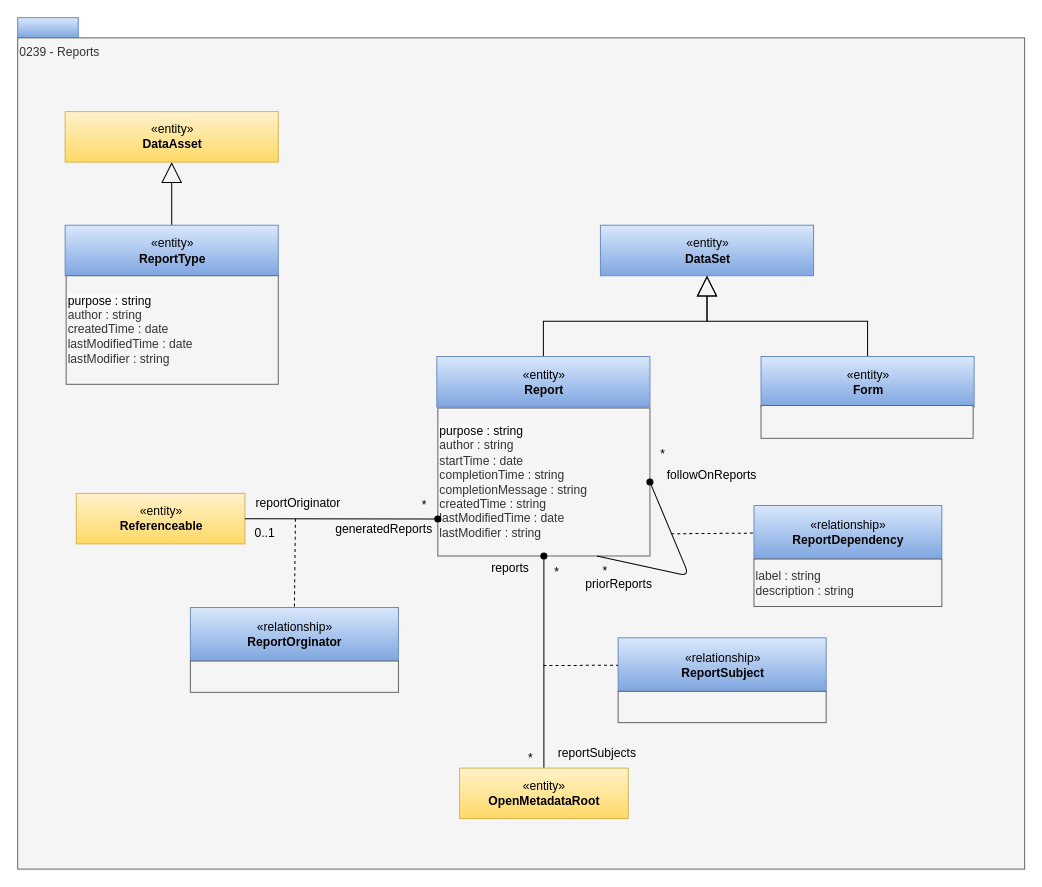
This is page "0239-Reports" (20 of 25) of site/docs/types/2/area-2-assets.drawio from odpi/egeria-docs, a draw.io file, before an edit. Source tidied: cells renumbered, new cells numbered last; positions are measured from the earlier drawing's top-left corner, leaving out a move shared by most shapes. Both pictures are drawn from the tidied source at 101%, with x=0, y=0 at pixel (17, 17).
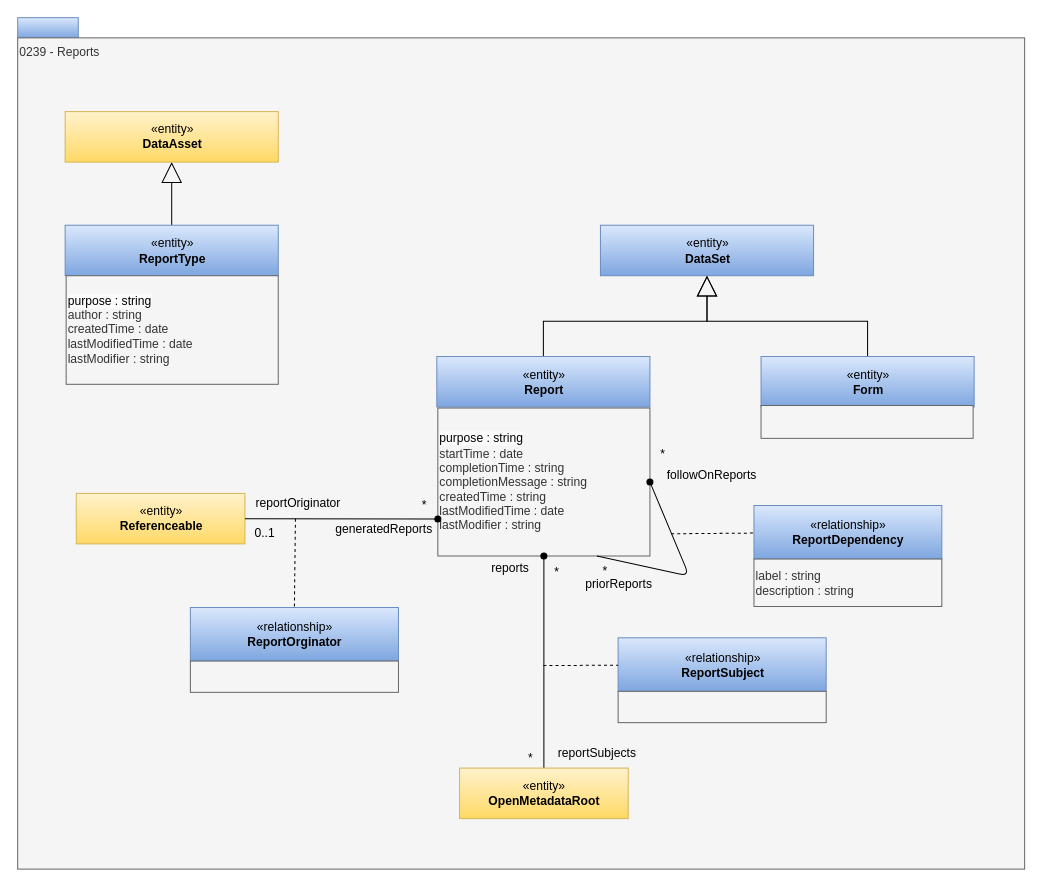
The same diagram, later.

The edit, as a diff of the source:
```diff
@@
-    <mxCell id="7" value="&lt;div&gt;&lt;span style=&quot;color: rgb(0, 0, 0); background-color: rgb(251, 251, 251);&quot;&gt;purpose : string&lt;/span&gt;&lt;br style=&quot;color: rgb(0, 0, 0);&quot;&gt;author : string&lt;br&gt;startTime : date&lt;br&gt;&lt;div&gt;completionTime : string&lt;/div&gt;&lt;div&gt;completionMessage : string&lt;/div&gt;&lt;div&gt;createdTime : string&lt;/div&gt;&lt;div&gt;lastModifiedTime : date&lt;br&gt;lastModifier : string&lt;/div&gt;&lt;/div&gt;" style="rounded=0;whiteSpace=wrap;html=1;strokeColor=#666666;align=left;fillColor=#f5f5f5;fontColor=#333333;" parent="1" vertex="1">
+    <mxCell id="7" value="&lt;div&gt;&lt;span style=&quot;color: rgb(0, 0, 0); background-color: rgb(251, 251, 251);&quot;&gt;purpose : string&lt;/span&gt;&lt;br style=&quot;color: rgb(0, 0, 0);&quot;&gt;startTime : date&lt;br&gt;&lt;div&gt;completionTime : string&lt;/div&gt;&lt;div&gt;completionMessage : string&lt;/div&gt;&lt;div&gt;createdTime : string&lt;/div&gt;&lt;div&gt;lastModifiedTime : date&lt;br&gt;lastModifier : string&lt;/div&gt;&lt;/div&gt;" style="rounded=0;whiteSpace=wrap;html=1;strokeColor=#666666;align=left;fillColor=#f5f5f5;fontColor=#333333;" parent="1" vertex="1">
       <mxGeometry x="416" y="386.5" width="210" height="146.5" as="geometry" />
     </mxCell>
```
